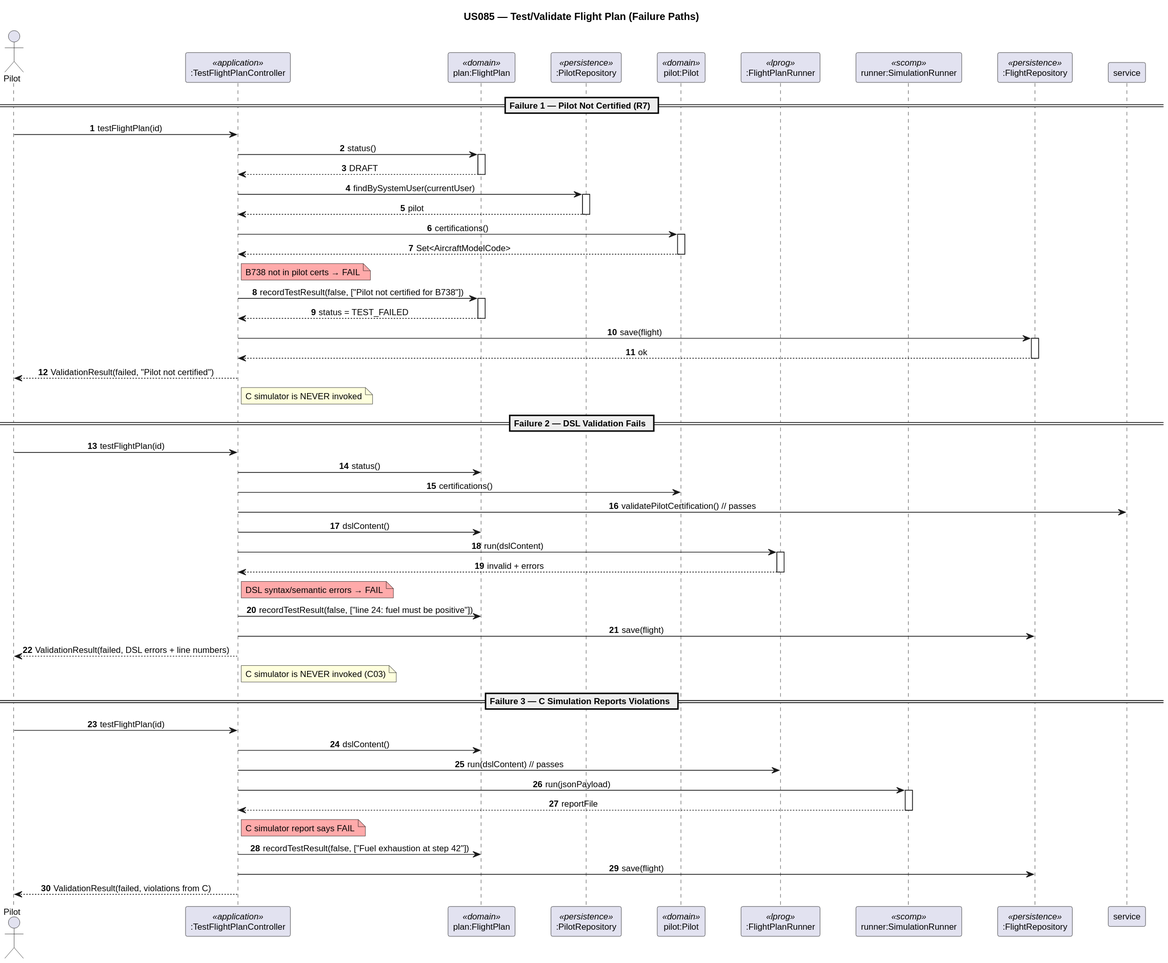
Above: docs/Sprint3/EAPLI/us_085/sd_us085_validation_failures.svg in 1240826/aisafe-flight-control (PlantUML), before the change.
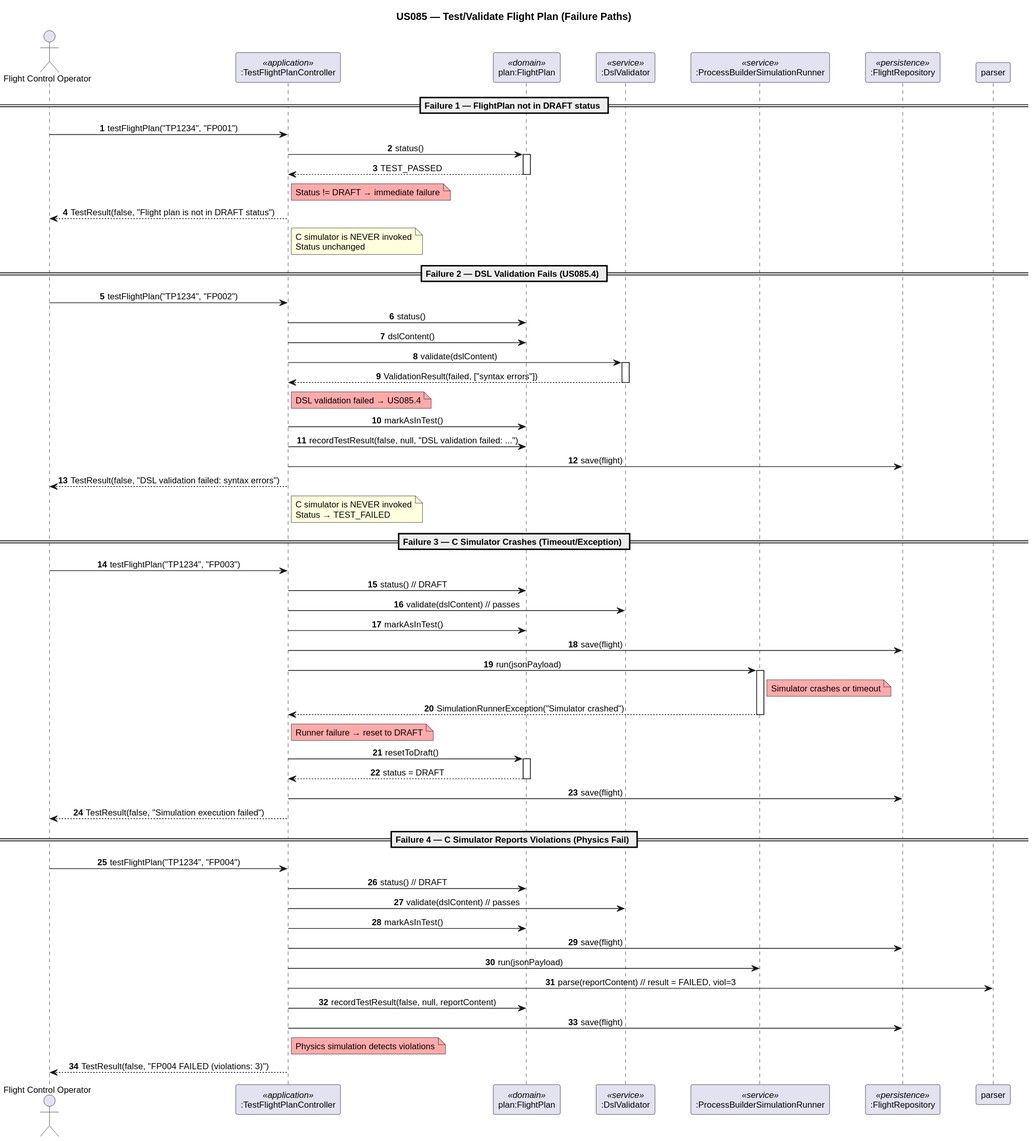
The same diagram one commit later.

The edit, as a diff of the source:
```diff
@@ -1,4 +1,5 @@
 @startuml
+skinparamlocked defaultFontSize 12
 title US085 — Test/Validate Flight Plan (Failure Paths)
 
 skinparam sequenceMessageAlign center
@@ -8,89 +9,88 @@
 
 autonumber
 
-actor "Pilot" as actor
+actor "Flight Control Operator" as actor
 participant ":TestFlightPlanController"        as ctrl        <<application>>
 participant "plan:FlightPlan"                  as plan        <<domain>>
-participant ":PilotRepository"                 as pilot_repo  <<persistence>>
-participant "pilot:Pilot"                      as pilot       <<domain>>
-participant ":FlightPlanRunner"                as dsl         <<lprog>>
-participant "runner:SimulationRunner"          as sim         <<scomp>>
+participant ":DslValidator"                    as dsl         <<service>>
+participant ":ProcessBuilderSimulationRunner"  as runner      <<service>>
 participant ":FlightRepository"                as repo        <<persistence>>
 
-== Failure 1 — Pilot Not Certified (R7) ==
+== Failure 1 — FlightPlan not in DRAFT status ==
 
-actor -> ctrl : testFlightPlan(id)
+actor -> ctrl : testFlightPlan("TP1234", "FP001")
 
 ctrl -> plan : status()
 activate plan
-plan --> ctrl : DRAFT
+plan --> ctrl : TEST_PASSED
 deactivate plan
 
-ctrl -> pilot_repo : findBySystemUser(currentUser)
-activate pilot_repo
-pilot_repo --> ctrl : pilot
-deactivate pilot_repo
+note right of ctrl #FFAAAA : Status != DRAFT → immediate failure
 
-ctrl -> pilot : certifications()
-activate pilot
-pilot --> ctrl : Set<AircraftModelCode>
-deactivate pilot
+ctrl --> actor : TestResult(false, "Flight plan is not in DRAFT status")
 
-note right of ctrl #FFAAAA : B738 not in pilot certs → FAIL
+note right of ctrl : C simulator is NEVER invoked\nStatus unchanged
 
-ctrl -> plan : recordTestResult(false, ["Pilot not certified for B738"])
-activate plan
-plan --> ctrl : status = TEST_FAILED
-deactivate plan
+== Failure 2 — DSL Validation Fails (US085.4) ==
 
-ctrl -> repo : save(flight)
-activate repo
-repo --> ctrl : ok
-deactivate repo
-
-ctrl --> actor : ValidationResult(failed, "Pilot not certified")
-
-note right of ctrl : C simulator is NEVER invoked
-
-== Failure 2 — DSL Validation Fails ==
-
-actor -> ctrl : testFlightPlan(id)
+actor -> ctrl : testFlightPlan("TP1234", "FP002")
 
 ctrl -> plan : status()
-ctrl -> pilot : certifications()
-ctrl -> service : validatePilotCertification() // passes
-
 ctrl -> plan : dslContent()
-ctrl -> dsl : run(dslContent)
+ctrl -> dsl : validate(dslContent)
 activate dsl
-dsl --> ctrl : invalid + errors
+dsl --> ctrl : ValidationResult(failed, ["syntax errors"])
 deactivate dsl
 
-note right of ctrl #FFAAAA : DSL syntax/semantic errors → FAIL
+note right of ctrl #FFAAAA : DSL validation failed → US085.4
 
-ctrl -> plan : recordTestResult(false, ["line 24: fuel must be positive"])
+ctrl -> plan : markAsInTest()
+ctrl -> plan : recordTestResult(false, null, "DSL validation failed: ...")
 ctrl -> repo : save(flight)
 
-ctrl --> actor : ValidationResult(failed, DSL errors + line numbers)
+ctrl --> actor : TestResult(false, "DSL validation failed: syntax errors")
 
-note right of ctrl : C simulator is NEVER invoked (C03)
+note right of ctrl : C simulator is NEVER invoked\nStatus → TEST_FAILED
 
-== Failure 3 — C Simulation Reports Violations ==
+== Failure 3 — C Simulator Crashes (Timeout/Exception) ==
 
-actor -> ctrl : testFlightPlan(id)
+actor -> ctrl : testFlightPlan("TP1234", "FP003")
 
-ctrl -> plan : dslContent()
-ctrl -> dsl : run(dslContent) // passes
-
-ctrl -> sim : run(jsonPayload)
-activate sim
-sim --> ctrl : reportFile
-deactivate sim
-
-note right of ctrl #FFAAAA : C simulator report says FAIL
-
-ctrl -> plan : recordTestResult(false, ["Fuel exhaustion at step 42"])
+ctrl -> plan : status() // DRAFT
+ctrl -> dsl : validate(dslContent) // passes
+ctrl -> plan : markAsInTest()
 ctrl -> repo : save(flight)
 
-ctrl --> actor : ValidationResult(failed, violations from C)
+ctrl -> runner : run(jsonPayload)
+activate runner
+note right of runner #FFAAAA : Simulator crashes or timeout
+runner --> ctrl : SimulationRunnerException("Simulator crashed")
+deactivate runner
+
+note right of ctrl #FFAAAA : Runner failure → reset to DRAFT
+
+ctrl -> plan : resetToDraft()
+activate plan
+plan --> ctrl : status = DRAFT
+deactivate plan
+ctrl -> repo : save(flight)
+
+ctrl --> actor : TestResult(false, "Simulation execution failed")
+
+== Failure 4 — C Simulator Reports Violations (Physics Fail) ==
+
+actor -> ctrl : testFlightPlan("TP1234", "FP004")
+
+ctrl -> plan : status() // DRAFT
+ctrl -> dsl : validate(dslContent) // passes
+ctrl -> plan : markAsInTest()
+ctrl -> repo : save(flight)
+ctrl -> runner : run(jsonPayload)
+ctrl -> parser : parse(reportContent) // result = FAILED, viol=3
+ctrl -> plan : recordTestResult(false, null, reportContent)
+ctrl -> repo : save(flight)
+
+note right of ctrl #FFAAAA : Physics simulation detects violations
+
+ctrl --> actor : TestResult(false, "FP004 FAILED (violations: 3)")
 @enduml
```
